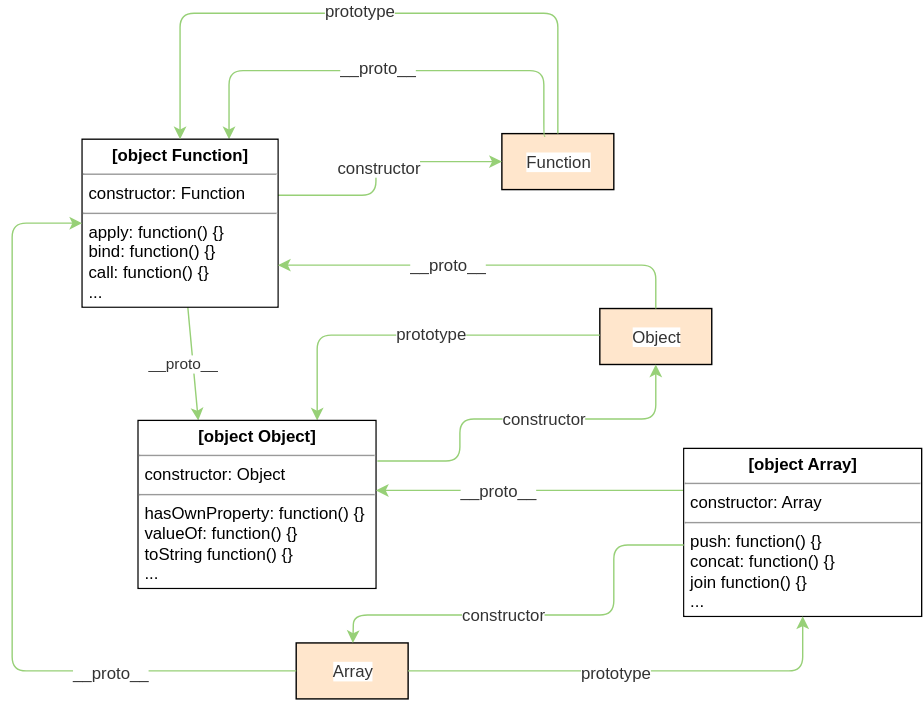
This is JavaScript-core.svg from wz-fork/blog, a draw.io export, as it was before one commit. Source tidied: cells renumbered, new cells last; positions are measured from the earlier drawing's top-left corner, leaving out a move shared by most shapes.
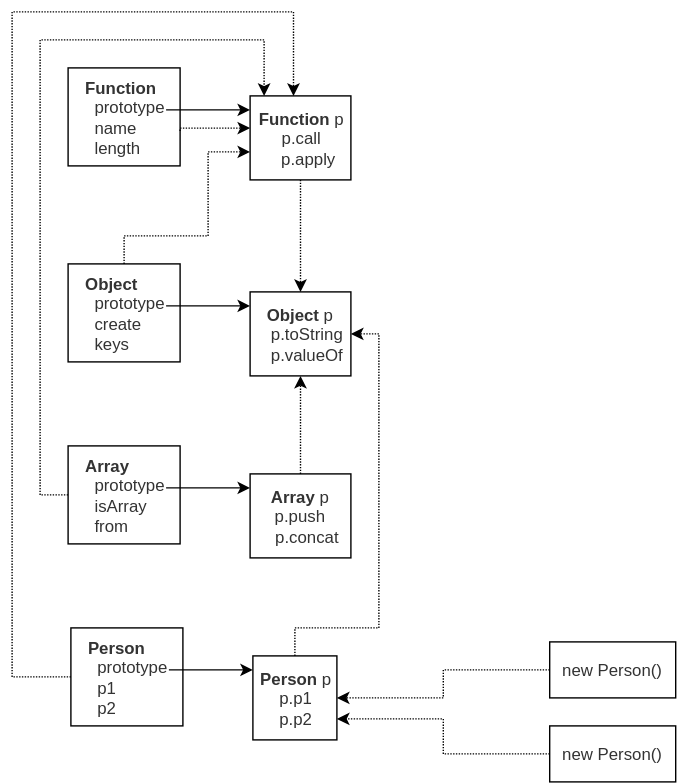
Later version of the same file.

What changed in the source:
```diff
@@ -2,154 +2,131 @@
   <root>
     <mxCell id="0" />
     <mxCell id="1" parent="0" />
+    <mxCell id="29" style="edgeStyle=orthogonalEdgeStyle;rounded=0;comic=0;html=1;entryX=0.426;entryY=0.006;shadow=0;dashed=1;dashPattern=1 1;endArrow=classic;endFill=1;jettySize=auto;strokeColor=#000000;fontColor=#333333;exitX=0;exitY=0.5;entryPerimeter=0;" parent="1" edge="1" source="2" target="5">
+      <mxGeometry relative="1" as="geometry">
+        <Array as="points">
+          <mxPoint x="70" y="515" />
+          <mxPoint x="70" y="40" />
+          <mxPoint x="271" y="40" />
+        </Array>
+      </mxGeometry>
+    </mxCell>
-    <mxCell id="2" value="Function" style="whiteSpace=wrap;html=1;labelBackgroundColor=#ffffff;fillColor=#FFE6CC;fontColor=#333333;" parent="1" vertex="1">
-      <mxGeometry x="350" y="86" width="80" height="40" as="geometry" />
+    <mxCell id="2" value="&lt;div style=&quot;text-align: left&quot;&gt;&lt;b&gt;Person&lt;/b&gt;&lt;/div&gt;&lt;div&gt;&lt;div style=&quot;text-align: left&quot;&gt;&lt;span&gt;&amp;nbsp; prototype&lt;/span&gt;&lt;/div&gt;&lt;div style=&quot;text-align: left&quot;&gt;&lt;span&gt;&amp;nbsp; p1&lt;/span&gt;&lt;/div&gt;&lt;div style=&quot;text-align: left&quot;&gt;&lt;span&gt;&amp;nbsp; p2&lt;/span&gt;&lt;/div&gt;&lt;/div&gt;" style="whiteSpace=wrap;html=1;labelBackgroundColor=#ffffff;strokeColor=#000000;fillColor=none;fontColor=#333333;" parent="1" vertex="1">
+      <mxGeometry x="112" y="480" width="80" height="70" as="geometry" />
     </mxCell>
-    <mxCell id="3" value="Object" style="whiteSpace=wrap;html=1;labelBackgroundColor=#ffffff;fillColor=#FFE6CC;fontColor=#333333;" parent="1" vertex="1">
-      <mxGeometry x="420" y="211" width="80" height="40" as="geometry" />
+    <mxCell id="3" style="endArrow=classic;html=1;shadow=0;strokeColor=#000000;fontColor=#333333;" parent="1" edge="1">
+      <mxGeometry relative="1" as="geometry">
+        <mxPoint x="182" y="510" as="sourcePoint" />
+        <mxPoint x="242" y="510" as="targetPoint" />
+      </mxGeometry>
     </mxCell>
+    <mxCell id="13" style="edgeStyle=orthogonalEdgeStyle;rounded=0;html=1;exitX=0.5;exitY=0;shadow=0;dashed=1;dashPattern=1 1;jettySize=auto;strokeColor=#000000;fontColor=#333333;entryX=1;entryY=0.5;" parent="1" edge="1" source="4" target="37">
+      <mxGeometry relative="1" as="geometry">
+        <Array as="points">
+          <mxPoint x="272" y="480" />
+          <mxPoint x="332" y="480" />
+          <mxPoint x="332" y="270" />
+        </Array>
+      </mxGeometry>
+    </mxCell>
-    <mxCell id="4" value="Array" style="whiteSpace=wrap;html=1;labelBackgroundColor=#ffffff;fillColor=#FFE6CC;fontColor=#333333;" parent="1" vertex="1">
-      <mxGeometry x="203" y="450" width="80" height="40" as="geometry" />
+    <mxCell id="4" value="&lt;b&gt;Person &lt;/b&gt;p&lt;div&gt;p.p1&lt;/div&gt;&lt;div&gt;p.p2&lt;/div&gt;" style="whiteSpace=wrap;html=1;labelBackgroundColor=#ffffff;strokeColor=#000000;fillColor=none;fontColor=#333333;" parent="1" vertex="1">
+      <mxGeometry x="242" y="500" width="60" height="60" as="geometry" />
     </mxCell>
+    <mxCell id="11" style="edgeStyle=orthogonalEdgeStyle;rounded=0;html=1;exitX=0;exitY=0.5;shadow=0;dashed=1;dashPattern=1 1;jettySize=auto;strokeColor=#000000;fontColor=#333333;" parent="1" edge="1" source="30" target="4">
+      <mxGeometry relative="1" as="geometry">
+        <Array as="points">
+          <mxPoint x="454" y="510" />
+          <mxPoint x="378" y="510" />
+          <mxPoint x="378" y="530" />
+        </Array>
+      </mxGeometry>
+    </mxCell>
+    <mxCell id="30" value="new Person()&lt;br&gt;" style="whiteSpace=wrap;html=1;labelBackgroundColor=#ffffff;strokeColor=#000000;fillColor=none;fontColor=#333333;" parent="1" vertex="1">
+      <mxGeometry x="454" y="490" width="90" height="40" as="geometry" />
+    </mxCell>
+    <mxCell id="31" style="edgeStyle=orthogonalEdgeStyle;rounded=0;html=1;exitX=0;exitY=0.5;entryX=1;entryY=0.75;shadow=0;jettySize=auto;strokeColor=#000000;fontColor=#333333;dashed=1;dashPattern=1 1;" parent="1" edge="1" source="32" target="4">
+      <mxGeometry relative="1" as="geometry">
+        <Array as="points">
+          <mxPoint x="454" y="570" />
+          <mxPoint x="378" y="570" />
+          <mxPoint x="378" y="545" />
+        </Array>
+      </mxGeometry>
+    </mxCell>
+    <mxCell id="32" value="new Person()&lt;br&gt;" style="whiteSpace=wrap;html=1;labelBackgroundColor=#ffffff;strokeColor=#000000;fillColor=none;fontColor=#333333;" parent="1" vertex="1">
+      <mxGeometry x="454" y="550" width="90" height="40" as="geometry" />
+    </mxCell>
+    <mxCell id="33" style="edgeStyle=orthogonalEdgeStyle;rounded=0;comic=0;html=1;exitX=1;exitY=0.75;entryX=0;entryY=0.5;shadow=0;dashed=1;dashPattern=1 1;endArrow=classic;endFill=1;jettySize=auto;orthogonalLoop=1;strokeColor=#000000;fontColor=#333333;" parent="1" edge="1">
+      <mxGeometry relative="1" as="geometry">
+        <mxPoint x="190" y="125.4" as="sourcePoint" />
+        <mxPoint x="240" y="123" as="targetPoint" />
+        <Array as="points">
+          <mxPoint x="190" y="123" />
+        </Array>
+      </mxGeometry>
+    </mxCell>
+    <mxCell id="34" value="&lt;div style=&quot;text-align: left&quot;&gt;&lt;b&gt;Function&lt;/b&gt;&lt;/div&gt;&lt;div&gt;&lt;div style=&quot;text-align: left&quot;&gt;&lt;span&gt;&amp;nbsp; prototype&lt;/span&gt;&lt;/div&gt;&lt;div style=&quot;text-align: left&quot;&gt;&lt;span&gt;&amp;nbsp; name&lt;/span&gt;&lt;/div&gt;&lt;div style=&quot;text-align: left&quot;&gt;&lt;span&gt;&amp;nbsp; length&lt;/span&gt;&lt;/div&gt;&lt;/div&gt;" style="whiteSpace=wrap;html=1;labelBackgroundColor=#ffffff;strokeColor=#000000;fillColor=none;fontColor=#333333;" parent="1" vertex="1">
+      <mxGeometry x="110" y="80" width="80" height="70" as="geometry" />
+    </mxCell>
+    <mxCell id="35" style="endArrow=classic;html=1;shadow=0;strokeColor=#000000;fontColor=#333333;" parent="1" edge="1">
+      <mxGeometry x="310" y="160" as="geometry">
+        <mxPoint x="180" y="110" as="sourcePoint" />
+        <mxPoint x="240" y="110" as="targetPoint" />
+      </mxGeometry>
+    </mxCell>
+    <mxCell id="14" style="edgeStyle=orthogonalEdgeStyle;rounded=0;html=1;exitX=0.5;exitY=1;entryX=0.5;entryY=0;shadow=0;dashed=1;dashPattern=1 1;jettySize=auto;strokeColor=#000000;fontColor=#333333;" parent="1" edge="1" source="5" target="37">
+      <mxGeometry relative="1" as="geometry" />
+    </mxCell>
-    <mxCell id="5" style="endArrow=classic;html=1;shadow=0;strokeColor=#97D077;fontColor=#333333;entryX=0;entryY=0.5;" parent="1" edge="1" target="2">
-      <mxGeometry relative="1" as="geometry">
-        <mxPoint x="190" y="130" as="sourcePoint" />
-        <Array as="points">
-          <mxPoint x="260" y="130" />
-          <mxPoint x="260" y="106" />
-        </Array>
-      </mxGeometry>
+    <mxCell id="5" value="&lt;b&gt;Function&amp;nbsp;&lt;/b&gt;p&lt;div&gt;p.call&lt;/div&gt;&lt;div&gt;&amp;nbsp; &amp;nbsp;p.apply&lt;/div&gt;" style="whiteSpace=wrap;html=1;labelBackgroundColor=#ffffff;strokeColor=#000000;fillColor=none;fontColor=#333333;" parent="1" vertex="1">
+      <mxGeometry x="240" y="100" width="72" height="60" as="geometry" />
     </mxCell>
-    <mxCell id="6" value="constructor" style="text;html=1;align=center;verticalAlign=middle;labelBackgroundColor=#ffffff;fontColor=#333333;" parent="5" vertex="1">
-      <mxGeometry x="-0.03" y="-2" relative="1" as="geometry">
-        <mxPoint y="-2" as="offset" />
-      </mxGeometry>
-    </mxCell>
-    <mxCell id="7" style="edgeStyle=segmentEdgeStyle;endArrow=classic;html=1;shadow=0;strokeColor=#97D077;fontColor=#333333;entryX=0.75;entryY=0;exitX=0.388;exitY=0.05;exitPerimeter=0;" parent="1" edge="1" source="2" target="14">
-      <mxGeometry relative="1" as="geometry">
-        <Array as="points">
-          <mxPoint x="380" y="88" />
-          <mxPoint x="380" y="41" />
-          <mxPoint x="155" y="41" />
-        </Array>
-      </mxGeometry>
-    </mxCell>
-    <mxCell id="8" value="__proto__" style="text;html=1;align=center;verticalAlign=middle;labelBackgroundColor=#ffffff;fontColor=#333333;" parent="7" vertex="1">
-      <mxGeometry x="0.05" y="2" relative="1" as="geometry">
-        <mxPoint x="2" y="-5" as="offset" />
-      </mxGeometry>
-    </mxCell>
+    <mxCell id="18" style="edgeStyle=orthogonalEdgeStyle;rounded=0;comic=0;html=1;shadow=0;dashed=1;dashPattern=1 1;endArrow=classic;endFill=1;jettySize=auto;strokeColor=#000000;fontColor=#333333;exitX=0.5;exitY=0;" parent="1" edge="1" source="36">
+      <mxGeometry relative="1" as="geometry">
+        <mxPoint x="240" y="140" as="targetPoint" />
+        <Array as="points">
+          <mxPoint x="150" y="200" />
+          <mxPoint x="210" y="200" />
+          <mxPoint x="210" y="140" />
+          <mxPoint x="240" y="140" />
+        </Array>
+      </mxGeometry>
+    </mxCell>
+    <mxCell id="36" value="&lt;div style=&quot;text-align: left&quot;&gt;&lt;b&gt;Object&lt;/b&gt;&lt;/div&gt;&lt;div&gt;&lt;div style=&quot;text-align: left&quot;&gt;&lt;span&gt;&amp;nbsp; prototype&lt;/span&gt;&lt;/div&gt;&lt;div style=&quot;text-align: left&quot;&gt;&lt;span&gt;&amp;nbsp; create&lt;/span&gt;&lt;/div&gt;&lt;div style=&quot;text-align: left&quot;&gt;&lt;span&gt;&amp;nbsp; keys&lt;/span&gt;&lt;/div&gt;&lt;/div&gt;" style="whiteSpace=wrap;html=1;labelBackgroundColor=#ffffff;strokeColor=#000000;fillColor=none;fontColor=#333333;" parent="1" vertex="1">
+      <mxGeometry x="110" y="220" width="80" height="70" as="geometry" />
+    </mxCell>
-    <mxCell id="9" style="endArrow=classic;html=1;shadow=0;strokeColor=#97D077;fontColor=#333333;entryX=0.5;entryY=1;" parent="1" edge="1" target="3">
-      <mxGeometry x="370" y="281" as="geometry">
-        <mxPoint x="261" y="320" as="sourcePoint" />
-        <Array as="points">
-          <mxPoint x="320" y="320" />
-          <mxPoint x="320" y="290" />
-          <mxPoint x="460" y="290" />
-        </Array>
+    <mxCell id="9" style="endArrow=classic;html=1;shadow=0;strokeColor=#000000;fontColor=#333333;" parent="1" edge="1">
+      <mxGeometry x="310" y="300" as="geometry">
+        <mxPoint x="180" y="250" as="sourcePoint" />
+        <mxPoint x="240" y="250" as="targetPoint" />
       </mxGeometry>
     </mxCell>
-    <mxCell id="10" value="constructor" style="text;html=1;align=center;verticalAlign=middle;labelBackgroundColor=#ffffff;fontColor=#333333;" parent="9" vertex="1">
-      <mxGeometry relative="1" as="geometry">
-        <mxPoint x="15" y="-1" as="offset" />
-      </mxGeometry>
-    </mxCell>
-    <mxCell id="11" value="__proto__" style="endArrow=classic;html=1;strokeColor=#97D077;fontColor=#333333;entryX=0.25;entryY=0;" parent="1" edge="1" source="14" target="17">
-      <mxGeometry as="geometry">
-        <mxPoint x="-4" as="offset" />
-      </mxGeometry>
-    </mxCell>
+    <mxCell id="37" value="&lt;b&gt;Object&amp;nbsp;&lt;/b&gt;p&lt;div&gt;&amp;nbsp; &amp;nbsp;p.toString&lt;/div&gt;&lt;div&gt;&amp;nbsp; &amp;nbsp;p.valueOf&lt;/div&gt;" style="whiteSpace=wrap;html=1;labelBackgroundColor=#ffffff;strokeColor=#000000;fillColor=none;fontColor=#333333;" parent="1" vertex="1">
+      <mxGeometry x="240" y="240" width="72" height="60" as="geometry" />
+    </mxCell>
+    <mxCell id="19" style="edgeStyle=orthogonalEdgeStyle;rounded=0;comic=0;html=1;shadow=0;dashed=1;dashPattern=1 1;endArrow=classic;endFill=1;jettySize=auto;strokeColor=#000000;fontColor=#333333;exitX=0;exitY=0.5;" parent="1" edge="1" source="38">
+      <mxGeometry relative="1" as="geometry">
+        <mxPoint x="250" y="100" as="targetPoint" />
+        <Array as="points">
+          <mxPoint x="90" y="385" />
+          <mxPoint x="90" y="60" />
+          <mxPoint x="250" y="60" />
+        </Array>
+      </mxGeometry>
+    </mxCell>
+    <mxCell id="38" value="&lt;div style=&quot;text-align: left&quot;&gt;&lt;b&gt;Array&lt;/b&gt;&lt;/div&gt;&lt;div&gt;&lt;div style=&quot;text-align: left&quot;&gt;&lt;span&gt;&amp;nbsp; prototype&lt;/span&gt;&lt;/div&gt;&lt;div style=&quot;text-align: left&quot;&gt;&lt;span&gt;&amp;nbsp; isArray&lt;/span&gt;&lt;/div&gt;&lt;div style=&quot;text-align: left&quot;&gt;&lt;span&gt;&amp;nbsp; from&lt;/span&gt;&lt;/div&gt;&lt;/div&gt;" style="whiteSpace=wrap;html=1;labelBackgroundColor=#ffffff;strokeColor=#000000;fillColor=none;fontColor=#333333;" parent="1" vertex="1">
+      <mxGeometry x="110" y="350" width="80" height="70" as="geometry" />
+    </mxCell>
+    <mxCell id="39" style="endArrow=classic;html=1;shadow=0;strokeColor=#000000;fontColor=#333333;" parent="1" edge="1">
+      <mxGeometry x="310" y="430" as="geometry">
+        <mxPoint x="180" y="380" as="sourcePoint" />
+        <mxPoint x="240" y="380" as="targetPoint" />
+      </mxGeometry>
+    </mxCell>
+    <mxCell id="40" style="edgeStyle=orthogonalEdgeStyle;rounded=0;html=1;exitX=0.5;exitY=0;entryX=0.5;entryY=1;shadow=0;dashed=1;dashPattern=1 1;jettySize=auto;strokeColor=#000000;fontColor=#333333;" parent="1" edge="1" source="12" target="37">
+      <mxGeometry relative="1" as="geometry" />
+    </mxCell>
-    <mxCell id="12" style="edgeStyle=elbowEdgeStyle;elbow=vertical;endArrow=classic;html=1;shadow=0;strokeColor=#97D077;fontColor=#333333;entryX=0.75;entryY=0;" parent="1" edge="1" target="17">
-      <mxGeometry relative="1" as="geometry">
-        <mxPoint x="420" y="230" as="sourcePoint" />
-        <Array as="points">
-          <mxPoint x="240" y="230" />
-        </Array>
-      </mxGeometry>
+    <mxCell id="12" value="&lt;b&gt;Array&amp;nbsp;&lt;/b&gt;p&lt;div&gt;p.push&lt;/div&gt;&lt;div&gt;&amp;nbsp; &amp;nbsp;p.concat&lt;/div&gt;" style="whiteSpace=wrap;html=1;labelBackgroundColor=#ffffff;strokeColor=#000000;fillColor=none;fontColor=#333333;" parent="1" vertex="1">
+      <mxGeometry x="240" y="370" width="72" height="60" as="geometry" />
     </mxCell>
-    <mxCell id="13" value="prototype" style="text;html=1;align=center;verticalAlign=middle;labelBackgroundColor=#ffffff;fontColor=#333333;" parent="12" vertex="1">
-      <mxGeometry x="-0.08" relative="1" as="geometry">
-        <mxPoint y="-2" as="offset" />
-      </mxGeometry>
-    </mxCell>
-    <mxCell id="14" value="&lt;p style=&quot;margin: 0px ; margin-top: 4px ; text-align: center&quot;&gt;&lt;b&gt;[object Function]&lt;/b&gt;&lt;br&gt;&lt;/p&gt;&lt;hr size=&quot;1&quot;&gt;&lt;p style=&quot;margin: 0px ; margin-left: 4px&quot;&gt;constructor: Function&lt;/p&gt;&lt;hr size=&quot;1&quot;&gt;&lt;p style=&quot;margin: 0px ; margin-left: 4px&quot;&gt;apply: function() {}&lt;br&gt;bind: function() {}&lt;br&gt;call: function() {}&lt;br&gt;...&lt;/p&gt;" style="verticalAlign=top;align=left;overflow=fill;fontSize=12;fontFamily=Helvetica;html=1;labelBackgroundColor=#ffffff;strokeColor=#000000;fillColor=none;" parent="1" vertex="1">
-      <mxGeometry x="50" y="90" width="140" height="120" as="geometry" />
-    </mxCell>
-    <mxCell id="15" style="edgeStyle=elbowEdgeStyle;elbow=vertical;endArrow=classic;html=1;shadow=0;strokeColor=#97D077;fontColor=#333333;exitX=0.5;exitY=0;" parent="1" edge="1" source="2">
-      <mxGeometry relative="1" as="geometry">
-        <mxPoint x="120" y="90" as="targetPoint" />
-        <Array as="points">
-          <mxPoint x="250" />
-        </Array>
-      </mxGeometry>
-    </mxCell>
-    <mxCell id="16" value="prototype" style="text;html=1;align=center;verticalAlign=middle;labelBackgroundColor=#ffffff;fontColor=#333333;" parent="15" vertex="1">
-      <mxGeometry x="-0.1" y="-1" relative="1" as="geometry">
-        <mxPoint x="-28" y="-2" as="offset" />
-      </mxGeometry>
-    </mxCell>
-    <mxCell id="17" value="&lt;p style=&quot;margin: 0px ; margin-top: 4px ; text-align: center&quot;&gt;&lt;b&gt;[object Object]&lt;/b&gt;&lt;br&gt;&lt;/p&gt;&lt;hr size=&quot;1&quot;&gt;&lt;p style=&quot;margin: 0px ; margin-left: 4px&quot;&gt;constructor: Object&lt;/p&gt;&lt;hr size=&quot;1&quot;&gt;&lt;p style=&quot;margin: 0px ; margin-left: 4px&quot;&gt;&lt;span&gt;hasOwnProperty&lt;/span&gt;: function() {}&lt;br&gt;valueOf: function() {}&lt;br&gt;toString&amp;nbsp;function() {}&lt;br&gt;...&lt;/p&gt;" style="verticalAlign=top;align=left;overflow=fill;fontSize=12;fontFamily=Helvetica;html=1;labelBackgroundColor=#ffffff;strokeColor=#000000;fillColor=none;" parent="1" vertex="1">
-      <mxGeometry x="90" y="291" width="170" height="120" as="geometry" />
-    </mxCell>
-    <mxCell id="18" style="endArrow=classic;html=1;shadow=0;strokeColor=#97D077;fontColor=#333333;entryX=1;entryY=0.75;exitX=0.5;exitY=0;" parent="1" edge="1" source="3" target="14">
-      <mxGeometry relative="1" as="geometry">
-        <Array as="points">
-          <mxPoint x="460" y="180" />
-        </Array>
-      </mxGeometry>
-    </mxCell>
-    <mxCell id="19" value="__proto__" style="text;html=1;align=center;verticalAlign=middle;labelBackgroundColor=#ffffff;fontColor=#333333;" parent="18" vertex="1">
-      <mxGeometry x="0.19" y="-1" relative="1" as="geometry" />
-    </mxCell>
-    <mxCell id="20" style="edgeStyle=orthogonalEdgeStyle;rounded=0;html=1;exitX=0;exitY=0.25;entryX=1;entryY=0.416;entryPerimeter=0;shadow=0;jettySize=auto;strokeColor=#97D077;fontColor=#333333;" parent="1" edge="1" source="22" target="17">
-      <mxGeometry relative="1" as="geometry" />
-    </mxCell>
-    <mxCell id="21" value="__proto__" style="text;html=1;align=center;verticalAlign=middle;labelBackgroundColor=#ffffff;fontColor=#333333;" parent="20" vertex="1">
-      <mxGeometry x="0.21" y="4" relative="1" as="geometry">
-        <mxPoint y="-5" as="offset" />
-      </mxGeometry>
-    </mxCell>
-    <mxCell id="22" value="&lt;p style=&quot;margin: 0px ; margin-top: 4px ; text-align: center&quot;&gt;&lt;b&gt;[object Array]&lt;/b&gt;&lt;br&gt;&lt;/p&gt;&lt;hr size=&quot;1&quot;&gt;&lt;p style=&quot;margin: 0px ; margin-left: 4px&quot;&gt;constructor: Array&lt;/p&gt;&lt;hr size=&quot;1&quot;&gt;&lt;p style=&quot;margin: 0px ; margin-left: 4px&quot;&gt;&lt;span&gt;push&lt;/span&gt;: function() {}&lt;br&gt;concat: function() {}&lt;br&gt;join function() {}&lt;br&gt;...&lt;/p&gt;" style="verticalAlign=top;align=left;overflow=fill;fontSize=12;fontFamily=Helvetica;html=1;labelBackgroundColor=#ffffff;strokeColor=#000000;fillColor=none;" parent="1" vertex="1">
-      <mxGeometry x="480" y="311" width="170" height="120" as="geometry" />
-    </mxCell>
-    <mxCell id="23" style="endArrow=classic;html=1;shadow=0;strokeColor=#97D077;fontColor=#333333;" parent="1" edge="1" target="4">
-      <mxGeometry relative="1" as="geometry">
-        <mxPoint x="480" y="380" as="sourcePoint" />
-        <Array as="points">
-          <mxPoint x="430" y="380" />
-          <mxPoint x="430" y="430" />
-          <mxPoint x="244" y="430" />
-        </Array>
-      </mxGeometry>
-    </mxCell>
-    <mxCell id="24" value="constructor" style="text;html=1;align=center;verticalAlign=middle;labelBackgroundColor=#ffffff;fontColor=#333333;" parent="23" vertex="1">
-      <mxGeometry x="0.07" y="-1" relative="1" as="geometry">
-        <mxPoint x="-16" as="offset" />
-      </mxGeometry>
-    </mxCell>
-    <mxCell id="25" style="edgeStyle=elbowEdgeStyle;elbow=vertical;endArrow=classic;html=1;shadow=0;strokeColor=#97D077;fontColor=#333333;entryX=0.5;entryY=1;exitX=1;exitY=0.5;" parent="1" edge="1" source="4" target="22">
-      <mxGeometry relative="1" as="geometry">
-        <Array as="points">
-          <mxPoint x="430" y="470" />
-        </Array>
-      </mxGeometry>
-    </mxCell>
-    <mxCell id="26" value="prototype" style="text;html=1;align=center;verticalAlign=middle;labelBackgroundColor=#ffffff;fontColor=#333333;" parent="25" vertex="1">
-      <mxGeometry x="-0.04" y="-3" relative="1" as="geometry">
-        <mxPoint x="-6" y="-3" as="offset" />
-      </mxGeometry>
-    </mxCell>
-    <mxCell id="27" style="edgeStyle=elbowEdgeStyle;elbow=vertical;endArrow=classic;html=1;shadow=0;strokeColor=#97D077;fontColor=#333333;exitX=0;exitY=0.5;entryX=0;entryY=0.5;" parent="1" edge="1" source="4" target="14">
-      <mxGeometry relative="1" as="geometry">
-        <Array as="points">
-          <mxPoint y="310" />
-        </Array>
-      </mxGeometry>
-    </mxCell>
-    <mxCell id="28" value="__proto__" style="text;html=1;align=center;verticalAlign=middle;labelBackgroundColor=#ffffff;fontColor=#333333;" parent="27" vertex="1">
-      <mxGeometry x="-0.49" relative="1" as="geometry">
-        <mxPoint x="13" as="offset" />
-      </mxGeometry>
-    </mxCell>
   </root>
 </mxGraphModel>
```
